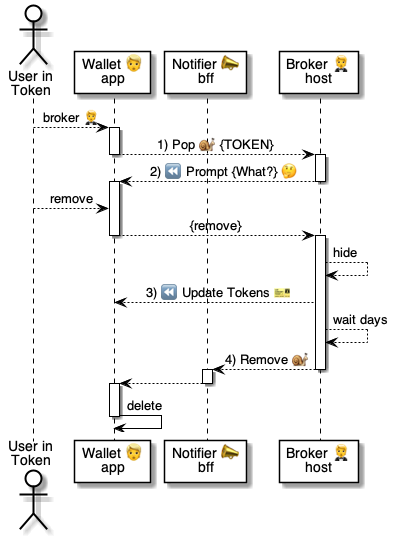
Above: 4 ⚙️ Solution/20 🧑‍🦰 UI/Wallets 🧑‍🦰/🧑‍🦰💬 Wallet chats/...in Tokens 🎫/Remove 💬🎫🤵 /🧑‍🦰 Remove Token ⚙️ uml.png in pollyweb-org/pollyweb-docs (PlantUML), before the change. Its source is kept beside it as 4 ⚙️ Solution/20 🧑‍🦰 UI/Wallets 🧑‍🦰/🧑‍🦰💬 Wallet chats/...in Tokens 🎫/Remove 💬🎫🤵 /🧑‍🦰 Remove Token ⚙️ uml.puml. Its diagram source:
```plantuml
@startuml Revoke





actor "User in\nToken" as user
participant "Wallet 👱\napp" as wallet
participant "Notifier 📣\nbff" as notifier
participant "Broker 🤵\nhost" as broker


user --> wallet: broker 🤵

activate wallet
    wallet --> broker: 1) Pop 🐌 {TOKEN}
deactivate wallet
activate broker
    broker --> wallet: 2) ⏪ Prompt {What?} 🤔
deactivate broker

activate wallet
    user --> wallet: remove
    wallet --> broker: {remove}
deactivate wallet

activate broker
    broker --> broker: hide
    broker --> wallet: 3) ⏪ Update Tokens 🎫
    broker --> broker: wait days
    broker --> notifier: 4) Remove 🐌
deactivate broker

activate notifier
    notifier --> wallet:
deactivate notifier

activate wallet
    wallet -> wallet: delete
deactivate wallet


@enduml
```
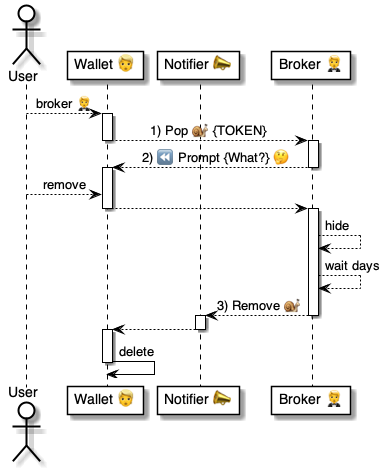
After the change.

The edit, as a diff of the source:
```diff
@@ -1,13 +1,9 @@
 @startuml Revoke
 
-
-
-
-
-actor "User in\nToken" as user
-participant "Wallet 👱\napp" as wallet
-participant "Notifier 📣\nbff" as notifier
-participant "Broker 🤵\nhost" as broker
+actor "User" as user
+participant "Wallet 👱" as wallet
+participant "Notifier 📣" as notifier
+participant "Broker 🤵" as broker
 
 
 user --> wallet: broker 🤵
@@ -21,14 +17,13 @@
 
 activate wallet
     user --> wallet: remove
-    wallet --> broker: {remove}
+    wallet --> broker:
 deactivate wallet
 
 activate broker
     broker --> broker: hide
-    broker --> wallet: 3) ⏪ Update Tokens 🎫
     broker --> broker: wait days
-    broker --> notifier: 4) Remove 🐌
+    broker --> notifier: 3) Remove 🐌
 deactivate broker
 
 activate notifier
```
